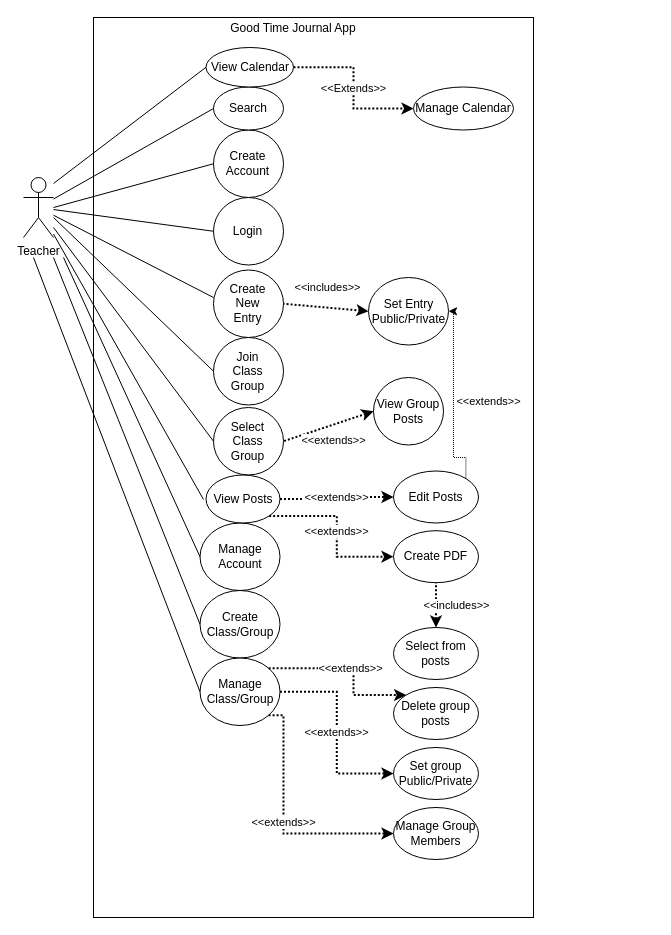
VadathHeilsang/430DreamTeam keeps this draw.io diagram as TeacherUseCase.drawio. Above is the earlier version. Source tidied: cells renumbered, new cells numbered last; positions are measured from the earlier drawing's top-left corner, leaving out a move shared by most shapes. Both pictures are drawn from the tidied source at 100%, with x=0, y=0 at pixel (23, 17).
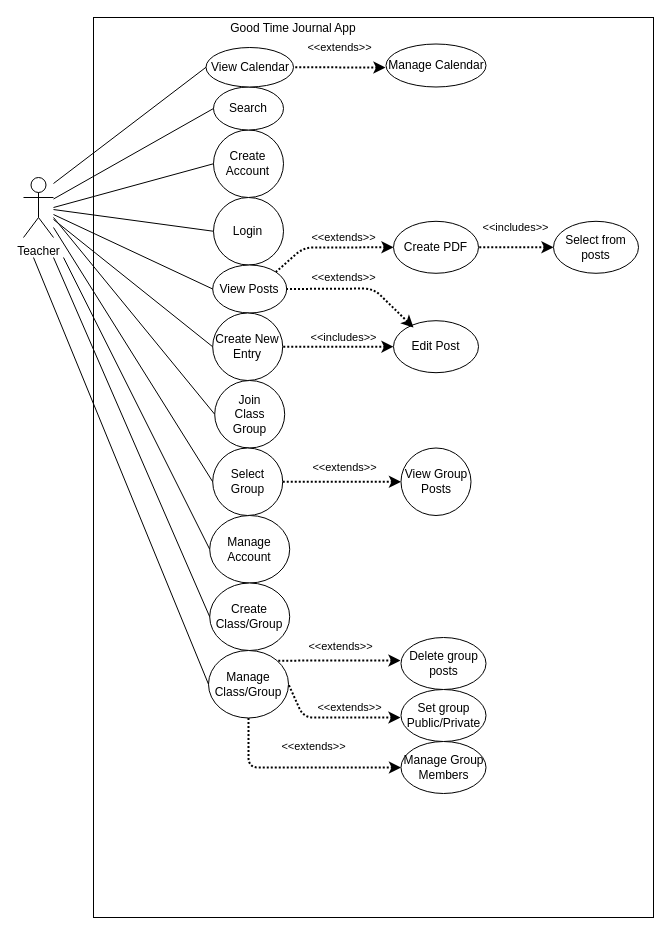
The same page after the edit.

Commit message:
Reorganized the "Edit Post" use case dependencies and general format

The change refers to these unchanged cells:
```xml
<mxCell id="28" value="View Calendar" style="ellipse;whiteSpace=wrap;html=1;" parent="3" vertex="1">
  <mxGeometry x="112.5" y="30" width="87.5" height="39.5" as="geometry" />
</mxCell>
<mxCell id="48" value="Teacher" style="shape=umlActor;verticalLabelPosition=bottom;verticalAlign=top;html=1;outlineConnect=0;" parent="1" vertex="1">
  <mxGeometry y="160" width="30" height="60" as="geometry" />
</mxCell>
```

Diff of the diagram source:
```diff
@@
     <mxCell id="2" style="group;" parent="1" vertex="1">
-      <mxGeometry x="220" y="100" width="290" height="800" as="geometry" />
+      <mxGeometry x="220" y="100" width="410" height="800" as="geometry" />
     </mxCell>
     <mxCell id="3" style="group;" parent="2" vertex="1">
-      <mxGeometry x="-150" y="-100" width="440" height="900" as="geometry" />
+      <mxGeometry x="-150" y="-100" width="560" height="900" as="geometry" />
     </mxCell>
     <mxCell id="4" style="rounded=0;whiteSpace=wrap;html=1;" parent="3" vertex="1">
-      <mxGeometry width="440" height="900" as="geometry" />
+      <mxGeometry width="560" height="900" as="geometry" />
     </mxCell>
@@
-    <mxCell id="6" value="&amp;lt;&amp;lt;includes&amp;gt;&amp;gt;" style="endArrow=none;html=1;strokeWidth=2;startArrow=classic;startFill=1;entryX=1;entryY=0.5;entryDx=0;entryDy=0;exitX=0;exitY=0.5;exitDx=0;exitDy=0;dashed=1;dashPattern=1 1;" parent="3" edge="1" source="22" target="16">
-      <mxGeometry y="-20" relative="1" as="geometry" />
+    <mxCell id="6" value="&amp;lt;&amp;lt;includes&amp;gt;&amp;gt;" style="endArrow=none;html=1;strokeWidth=2;startArrow=classic;startFill=1;entryX=1;entryY=0.5;entryDx=0;entryDy=0;exitX=0;exitY=0.5;exitDx=0;exitDy=0;dashed=1;dashPattern=1 1;" parent="3" edge="1" source="34" target="16">
+      <mxGeometry x="-0.1" y="-9" relative="1" as="geometry" />
     </mxCell>
-    <mxCell id="7" style="group;" parent="3" vertex="1">
-      <mxGeometry x="120" y="320" width="70" height="67.5" as="geometry" />
-    </mxCell>
-    <mxCell id="8" style="ellipse;whiteSpace=wrap;html=1;" parent="7" vertex="1">
-      <mxGeometry width="70" height="67.5" as="geometry" />
-    </mxCell>
-    <mxCell id="9" value="Join Class Group" style="text;html=1;strokeColor=none;fillColor=none;align=center;verticalAlign=middle;whiteSpace=wrap;rounded=0;" parent="7" vertex="1">
-      <mxGeometry x="23.3" y="25.3" width="23.3" height="16.9" as="geometry" />
-    </mxCell>
     <mxCell id="10" value="&amp;lt;&amp;lt;extends&amp;gt;&amp;gt;" style="endArrow=none;html=1;strokeWidth=2;startArrow=classic;startFill=1;dashed=1;dashPattern=1 1;entryX=1;entryY=0.5;entryDx=0;entryDy=0;exitX=0;exitY=0.5;exitDx=0;exitDy=0;" parent="3" edge="1" source="31" target="13">
-      <mxGeometry x="-0.01" y="15" relative="1" as="geometry" />
+      <mxGeometry x="-0.03" y="-14" relative="1" as="geometry" />
     </mxCell>
     <mxCell id="11" value="Manage Account" style="ellipse;whiteSpace=wrap;html=1;" parent="3" vertex="1">
-      <mxGeometry x="106.5" y="505.5" width="80" height="67.5" as="geometry" />
+      <mxGeometry x="116.2" y="498" width="80" height="67.5" as="geometry" />
     </mxCell>
-    <mxCell id="12" style="group;" parent="3" vertex="1">
-      <mxGeometry x="120" y="390" width="70" height="67.5" as="geometry" />
-    </mxCell>
-    <mxCell id="13" style="ellipse;whiteSpace=wrap;html=1;" parent="12" vertex="1">
-      <mxGeometry width="70" height="67.5" as="geometry" />
-    </mxCell>
-    <mxCell id="14" value="Select Class Group" style="text;html=1;strokeColor=none;fillColor=none;align=center;verticalAlign=middle;whiteSpace=wrap;rounded=0;" parent="12" vertex="1">
-      <mxGeometry x="23.3" y="25.3" width="23.3" height="16.9" as="geometry" />
-    </mxCell>
-    <mxCell id="15" style="group;" parent="3" vertex="1">
-      <mxGeometry x="120" y="252.5" width="70" height="67.5" as="geometry" />
-    </mxCell>
-    <mxCell id="16" style="ellipse;whiteSpace=wrap;html=1;" parent="15" vertex="1">
-      <mxGeometry width="70" height="67.5" as="geometry" />
-    </mxCell>
-    <mxCell id="17" value="Create New Entry" style="text;html=1;strokeColor=none;fillColor=none;align=center;verticalAlign=middle;whiteSpace=wrap;rounded=0;" parent="15" vertex="1">
-      <mxGeometry x="23.3" y="25.3" width="23.3" height="16.9" as="geometry" />
-    </mxCell>
@@
-    <mxCell id="21" style="group;" parent="3" vertex="1">
-      <mxGeometry x="275" y="260" width="80" height="67.5" as="geometry" />
-    </mxCell>
-    <mxCell id="22" style="ellipse;whiteSpace=wrap;html=1;" parent="21" vertex="1">
-      <mxGeometry width="80" height="67.5" as="geometry" />
-    </mxCell>
-    <mxCell id="23" value="&lt;div&gt;Set Entry Public/Private&lt;/div&gt;" style="text;html=1;strokeColor=none;fillColor=none;align=center;verticalAlign=middle;whiteSpace=wrap;rounded=0;" parent="21" vertex="1">
-      <mxGeometry x="26.7" y="25.3" width="26.7" height="16.9" as="geometry" />
-    </mxCell>
@@
-    <mxCell id="29" value="&amp;lt;&amp;lt;Extends&amp;gt;&amp;gt;" style="edgeStyle=orthogonalEdgeStyle;rounded=0;jettySize=auto;html=1;dashed=1;dashPattern=1 1;endArrow=classic;endFill=1;strokeColor=#000000;strokeWidth=2;entryX=0;entryY=0.5;entryDx=0;entryDy=0;exitX=1;exitY=0.5;exitDx=0;exitDy=0;" parent="3" edge="1" source="28" target="30">
-      <mxGeometry relative="1" as="geometry" />
-    </mxCell>
     <mxCell id="30" value="Manage Calendar" style="ellipse;whiteSpace=wrap;html=1;" parent="3" vertex="1">
-      <mxGeometry x="320" y="69.5" width="100" height="43" as="geometry" />
+      <mxGeometry x="292.5" y="26.5" width="100" height="43" as="geometry" />
     </mxCell>
     <mxCell id="31" value="View Group Posts" style="ellipse;whiteSpace=wrap;html=1;" parent="3" vertex="1">
-      <mxGeometry x="280" y="360" width="70" height="67.5" as="geometry" />
+      <mxGeometry x="307.5" y="430.5" width="70" height="67.5" as="geometry" />
     </mxCell>
     <mxCell id="32" value="View Posts" style="ellipse;whiteSpace=wrap;html=1;" parent="3" vertex="1">
-      <mxGeometry x="112.5" y="457.5" width="74" height="48" as="geometry" />
+      <mxGeometry x="119.2" y="247.5" width="74" height="48" as="geometry" />
     </mxCell>
-    <mxCell id="33" value="&amp;lt;&amp;lt;extends&amp;gt;&amp;gt;" style="edgeStyle=orthogonalEdgeStyle;rounded=0;jettySize=auto;html=1;dashed=1;dashPattern=1 1;endArrow=classic;endFill=1;strokeColor=#000000;strokeWidth=2;entryX=0;entryY=0.5;entryDx=0;entryDy=0;exitX=1;exitY=0.5;exitDx=0;exitDy=0;" parent="3" edge="1" source="32" target="34">
-      <mxGeometry relative="1" as="geometry" />
-    </mxCell>
-    <mxCell id="34" value="Edit Posts" style="ellipse;whiteSpace=wrap;html=1;" parent="3" vertex="1">
-      <mxGeometry x="300" y="453.5" width="85" height="52" as="geometry" />
+    <mxCell id="34" value="Edit Post" style="ellipse;whiteSpace=wrap;html=1;" parent="3" vertex="1">
+      <mxGeometry x="300" y="303.2" width="85" height="52" as="geometry" />
     </mxCell>
-    <mxCell id="35" value="&amp;lt;&amp;lt;extends&amp;gt;&amp;gt;" style="edgeStyle=orthogonalEdgeStyle;rounded=0;jettySize=auto;html=1;endArrow=classic;endFill=1;strokeWidth=1;dashed=1;dashPattern=1 1;entryX=1;entryY=0.5;entryDx=0;entryDy=0;exitX=1;exitY=0;exitDx=0;exitDy=0;" parent="3" edge="1" source="34" target="22">
-      <mxGeometry x="-0.04" y="-35" relative="1" as="geometry">
-        <Array as="points">
-          <mxPoint x="372" y="440" />
-          <mxPoint x="360" y="440" />
-          <mxPoint x="360" y="294" />
-        </Array>
-      </mxGeometry>
-    </mxCell>
     <mxCell id="36" value="Create PDF" style="ellipse;whiteSpace=wrap;html=1;" parent="3" vertex="1">
-      <mxGeometry x="300" y="513.2" width="85" height="52" as="geometry" />
+      <mxGeometry x="300" y="203.8" width="85" height="52" as="geometry" />
     </mxCell>
-    <mxCell id="37" value="Select from posts" style="ellipse;whiteSpace=wrap;html=1;" parent="3" vertex="1">
-      <mxGeometry x="300" y="610" width="85" height="52" as="geometry" />
-    </mxCell>
-    <mxCell id="38" value="&amp;lt;&amp;lt;includes&amp;gt;&amp;gt;" style="endArrow=none;html=1;strokeWidth=2;startArrow=classic;startFill=1;entryX=0.5;entryY=1;entryDx=0;entryDy=0;exitX=0.5;exitY=0;exitDx=0;exitDy=0;dashed=1;dashPattern=1 1;" parent="3" edge="1" source="37" target="36">
-      <mxGeometry y="-20" relative="1" as="geometry" />
-    </mxCell>
-    <mxCell id="39" value="&amp;lt;&amp;lt;extends&amp;gt;&amp;gt;" style="edgeStyle=orthogonalEdgeStyle;rounded=0;jettySize=auto;html=1;dashed=1;dashPattern=1 1;endArrow=classic;endFill=1;strokeColor=#000000;strokeWidth=2;entryX=0;entryY=0.5;entryDx=0;entryDy=0;exitX=1;exitY=1;exitDx=0;exitDy=0;" parent="3" edge="1" source="32" target="36">
-      <mxGeometry relative="1" as="geometry" />
-    </mxCell>
     <mxCell id="40" value="Create Class/Group" style="ellipse;whiteSpace=wrap;html=1;" parent="3" vertex="1">
-      <mxGeometry x="106.5" y="573" width="80" height="67.5" as="geometry" />
+      <mxGeometry x="116.2" y="565.5" width="80" height="67.5" as="geometry" />
     </mxCell>
     <mxCell id="41" value="Manage Class/Group" style="ellipse;whiteSpace=wrap;html=1;" parent="3" vertex="1">
-      <mxGeometry x="106.5" y="640.5" width="80" height="67.5" as="geometry" />
+      <mxGeometry x="115" y="633" width="80" height="67.5" as="geometry" />
     </mxCell>
     <mxCell id="42" value="Delete group posts" style="ellipse;whiteSpace=wrap;html=1;" parent="3" vertex="1">
-      <mxGeometry x="300" y="670" width="85" height="52" as="geometry" />
+      <mxGeometry x="307.5" y="620" width="85" height="52" as="geometry" />
     </mxCell>
     <mxCell id="43" value="Set group Public/Private" style="ellipse;whiteSpace=wrap;html=1;" parent="3" vertex="1">
-      <mxGeometry x="300" y="730" width="85" height="52" as="geometry" />
+      <mxGeometry x="307.5" y="672" width="85" height="52" as="geometry" />
     </mxCell>
     <mxCell id="44" value="Manage Group Members" style="ellipse;whiteSpace=wrap;html=1;" parent="3" vertex="1">
-      <mxGeometry x="300" y="790" width="85" height="52" as="geometry" />
+      <mxGeometry x="307.5" y="724" width="85" height="52" as="geometry" />
     </mxCell>
-    <mxCell id="45" value="&amp;lt;&amp;lt;extends&amp;gt;&amp;gt;" style="edgeStyle=orthogonalEdgeStyle;rounded=0;jettySize=auto;html=1;dashed=1;dashPattern=1 1;endArrow=classic;endFill=1;strokeColor=#000000;strokeWidth=2;entryX=0;entryY=0;entryDx=0;entryDy=0;exitX=1;exitY=0;exitDx=0;exitDy=0;" parent="3" edge="1" source="41" target="42">
-      <mxGeometry relative="1" as="geometry">
-        <Array as="points">
-          <mxPoint x="260" y="651" />
-          <mxPoint x="260" y="678" />
-        </Array>
-      </mxGeometry>
-    </mxCell>
-    <mxCell id="46" value="&amp;lt;&amp;lt;extends&amp;gt;&amp;gt;" style="edgeStyle=orthogonalEdgeStyle;rounded=0;jettySize=auto;html=1;dashed=1;dashPattern=1 1;endArrow=classic;endFill=1;strokeColor=#000000;strokeWidth=2;entryX=0;entryY=0.5;entryDx=0;entryDy=0;exitX=1;exitY=0.5;exitDx=0;exitDy=0;" parent="3" edge="1" source="41" target="43">
-      <mxGeometry relative="1" as="geometry" />
-    </mxCell>
-    <mxCell id="47" value="&amp;lt;&amp;lt;extends&amp;gt;&amp;gt;" style="edgeStyle=orthogonalEdgeStyle;rounded=0;jettySize=auto;html=1;dashed=1;dashPattern=1 1;endArrow=classic;endFill=1;strokeColor=#000000;strokeWidth=2;entryX=0;entryY=0.5;entryDx=0;entryDy=0;exitX=1;exitY=1;exitDx=0;exitDy=0;" parent="3" edge="1" source="41" target="44">
-      <mxGeometry relative="1" as="geometry">
-        <Array as="points">
-          <mxPoint x="190" y="698" />
-          <mxPoint x="190" y="816" />
-        </Array>
-      </mxGeometry>
-    </mxCell>
+    <mxCell id="60" value="&amp;lt;&amp;lt;extends&amp;gt;&amp;gt;" style="endArrow=none;html=1;strokeWidth=2;startArrow=classic;startFill=1;entryX=1;entryY=0.5;entryDx=0;entryDy=0;dashed=1;dashPattern=1 1;" parent="3" edge="1" target="28">
+      <mxGeometry y="-20" relative="1" as="geometry">
+        <mxPoint x="292" y="50" as="sourcePoint" />
+      </mxGeometry>
+    </mxCell>
+    <mxCell id="61" value="&amp;lt;&amp;lt;extends&amp;gt;&amp;gt;" style="endArrow=none;html=1;strokeWidth=2;startArrow=classic;startFill=1;dashed=1;dashPattern=1 1;entryX=1;entryY=0.5;entryDx=0;entryDy=0;" parent="3" edge="1" target="32">
+      <mxGeometry x="0.2" y="-11" relative="1" as="geometry">
+        <mxPoint x="320" y="310" as="sourcePoint" />
+        <Array as="points">
+          <mxPoint x="280" y="271" />
+        </Array>
+      </mxGeometry>
+    </mxCell>
+    <mxCell id="62" value="&amp;lt;&amp;lt;extends&amp;gt;&amp;gt;" style="endArrow=none;html=1;strokeWidth=2;startArrow=classic;startFill=1;exitX=0;exitY=0.5;exitDx=0;exitDy=0;dashed=1;dashPattern=1 1;entryX=1;entryY=0;entryDx=0;entryDy=0;" parent="3" edge="1" source="36" target="32">
+      <mxGeometry x="-0.21" y="-10" relative="1" as="geometry">
+        <Array as="points">
+          <mxPoint x="210" y="230" />
+        </Array>
+      </mxGeometry>
+    </mxCell>
+    <mxCell id="37" value="Select from posts" style="ellipse;whiteSpace=wrap;html=1;" parent="3" vertex="1">
+      <mxGeometry x="460" y="203.8" width="85" height="52" as="geometry" />
+    </mxCell>
+    <mxCell id="38" value="&amp;lt;&amp;lt;includes&amp;gt;&amp;gt;" style="endArrow=none;html=1;strokeWidth=2;startArrow=classic;startFill=1;entryX=1;entryY=0.5;entryDx=0;entryDy=0;exitX=0;exitY=0.5;exitDx=0;exitDy=0;dashed=1;dashPattern=1 1;" parent="3" edge="1" source="37" target="36">
+      <mxGeometry y="-20" relative="1" as="geometry" />
+    </mxCell>
+    <mxCell id="16" value="Create New Entry" style="ellipse;whiteSpace=wrap;html=1;" parent="3" vertex="1">
+      <mxGeometry x="119.2" y="295.5" width="70" height="67.5" as="geometry" />
+    </mxCell>
+    <mxCell id="7" style="group;" parent="3" vertex="1">
+      <mxGeometry x="121.2" y="363" width="70" height="67.5" as="geometry" />
+    </mxCell>
+    <mxCell id="8" style="ellipse;whiteSpace=wrap;html=1;" parent="7" vertex="1">
+      <mxGeometry width="70" height="67.5" as="geometry" />
+    </mxCell>
+    <mxCell id="9" value="Join Class Group" style="text;html=1;strokeColor=none;fillColor=none;align=center;verticalAlign=middle;whiteSpace=wrap;rounded=0;" parent="7" vertex="1">
+      <mxGeometry x="23.3" y="25.3" width="23.3" height="16.9" as="geometry" />
+    </mxCell>
+    <mxCell id="12" style="group;" parent="3" vertex="1">
+      <mxGeometry x="119.2" y="430.5" width="70" height="67.5" as="geometry" />
+    </mxCell>
+    <mxCell id="13" style="ellipse;whiteSpace=wrap;html=1;" parent="12" vertex="1">
+      <mxGeometry width="70" height="67.5" as="geometry" />
+    </mxCell>
+    <mxCell id="14" value="Select Group" style="text;html=1;strokeColor=none;fillColor=none;align=center;verticalAlign=middle;whiteSpace=wrap;rounded=0;" parent="12" vertex="1">
+      <mxGeometry x="23.3" y="25.3" width="23.3" height="16.9" as="geometry" />
+    </mxCell>
+    <mxCell id="63" value="&amp;lt;&amp;lt;extends&amp;gt;&amp;gt;" style="endArrow=none;html=1;strokeWidth=2;startArrow=classic;startFill=1;dashed=1;dashPattern=1 1;entryX=1;entryY=0;entryDx=0;entryDy=0;" parent="3" edge="1" target="41">
+      <mxGeometry x="-0.03" y="-14" relative="1" as="geometry">
+        <mxPoint x="307" y="643" as="sourcePoint" />
+      </mxGeometry>
+    </mxCell>
+    <mxCell id="64" value="&amp;lt;&amp;lt;extends&amp;gt;&amp;gt;" style="endArrow=none;html=1;strokeWidth=2;startArrow=classic;startFill=1;dashed=1;dashPattern=1 1;exitX=0;exitY=0.5;exitDx=0;exitDy=0;entryX=0.5;entryY=1;entryDx=0;entryDy=0;" parent="3" edge="1" source="44" target="41">
+      <mxGeometry x="-0.13" y="-21" relative="1" as="geometry">
+        <Array as="points">
+          <mxPoint x="155" y="750" />
+        </Array>
+      </mxGeometry>
+    </mxCell>
+    <mxCell id="65" value="&amp;lt;&amp;lt;extends&amp;gt;&amp;gt;" style="endArrow=none;html=1;strokeWidth=2;startArrow=classic;startFill=1;dashed=1;dashPattern=1 1;entryX=1;entryY=0.5;entryDx=0;entryDy=0;" parent="3" edge="1" target="41">
+      <mxGeometry x="-0.24" y="-10" relative="1" as="geometry">
+        <mxPoint x="307" y="700" as="sourcePoint" />
+        <Array as="points">
+          <mxPoint x="210" y="700" />
+        </Array>
+      </mxGeometry>
+    </mxCell>
@@
-    <mxCell id="54" style="endArrow=none;html=1;" parent="1" edge="1" source="48">
-      <mxGeometry relative="1" as="geometry">
-        <mxPoint x="180" y="482" as="targetPoint" />
-      </mxGeometry>
+    <mxCell id="54" style="endArrow=none;html=1;entryX=0;entryY=0.5;entryDx=0;entryDy=0;" parent="1" edge="1" source="48" target="32">
+      <mxGeometry relative="1" as="geometry" />
     </mxCell>
@@
-    <mxCell id="57" style="endArrow=none;html=1;" parent="1" edge="1" source="48">
-      <mxGeometry relative="1" as="geometry">
-        <mxPoint x="190" y="280" as="targetPoint" />
-      </mxGeometry>
+    <mxCell id="57" style="endArrow=none;html=1;entryX=0;entryY=0.5;entryDx=0;entryDy=0;" parent="1" edge="1" source="48" target="16">
+      <mxGeometry relative="1" as="geometry" />
     </mxCell>
```
